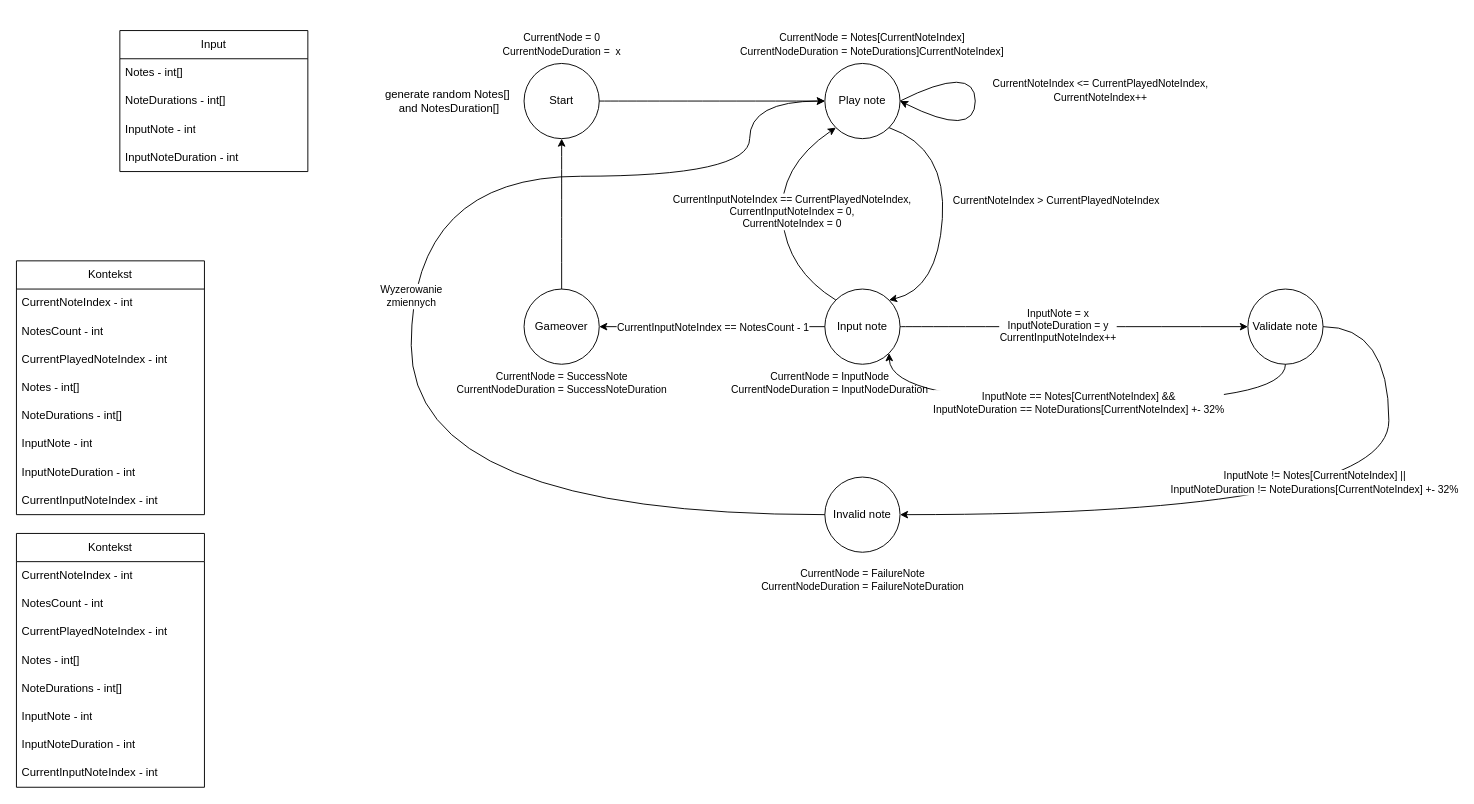
sentiww/xilinx-3e-music-memo keeps this draw.io diagram as state_machine_diagram.drawio. Above is the earlier version. Source tidied: cells renumbered, new cells numbered last; positions are measured from the earlier drawing's top-left corner, leaving out a move shared by most shapes. Both pictures are drawn from the tidied source at 94%, with x=0, y=0 at pixel (16, 25).
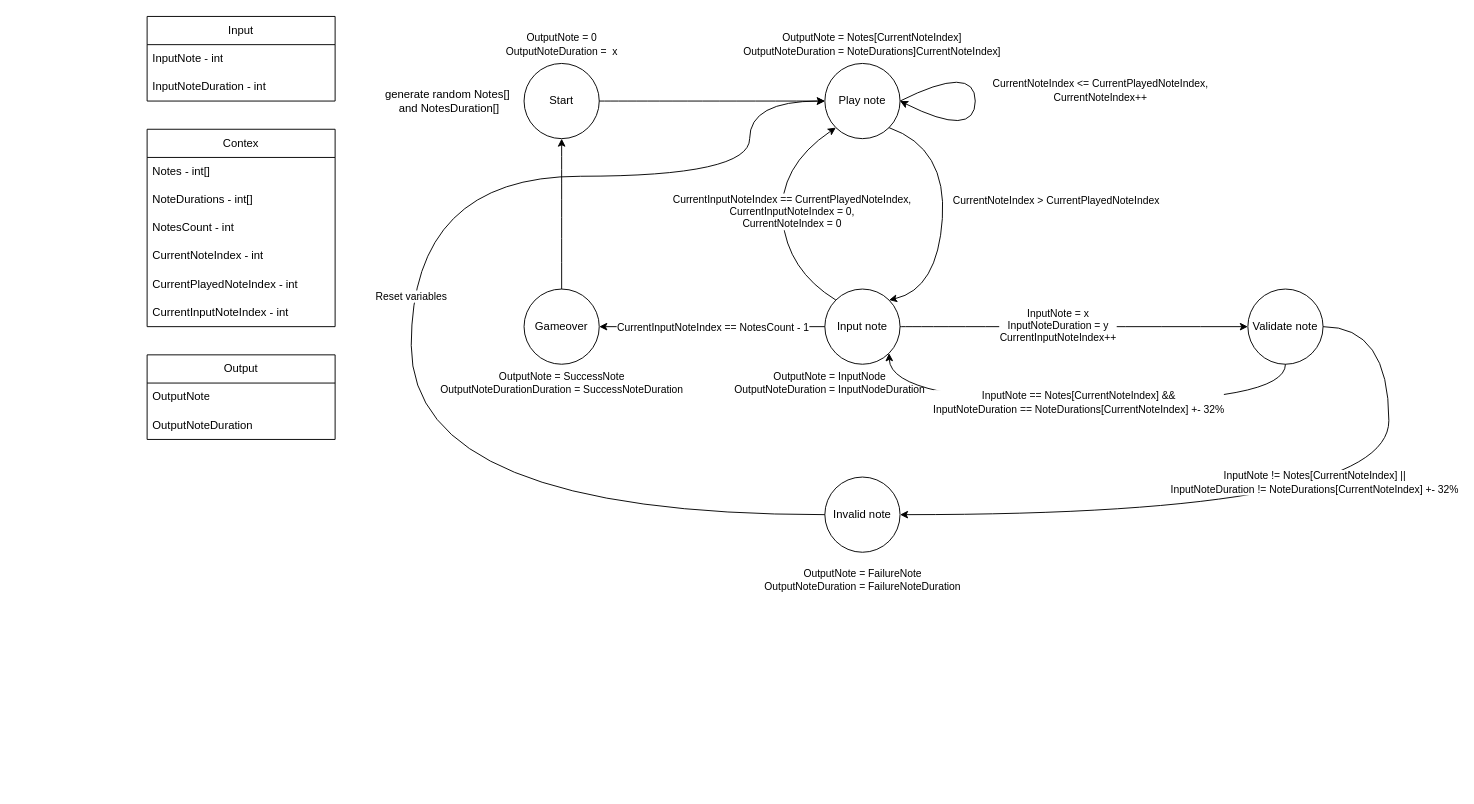
The same diagram, later.

The change refers to these unchanged cells:
```xml
<mxCell id="23" style="curved=1;endArrow=classic;html=1;rounded=0;exitX=0;exitY=0.5;exitDx=0;exitDy=0;entryX=0;entryY=0.5;entryDx=0;entryDy=0;" parent="1" edge="1" source="4" target="2">
  <mxGeometry relative="1" as="geometry">
    <Array as="points">
      <mxPoint x="420" y="520" />
      <mxPoint x="420" y="160" />
      <mxPoint x="780" y="160" />
      <mxPoint x="780" y="80" />
    </Array>
  </mxGeometry>
</mxCell>
```

Change to the diagram source:
```diff
@@
     <mxCell id="5" value="Input" style="swimlane;fontStyle=0;horizontal=1;startSize=30;whiteSpace=wrap;html=1;" parent="1" vertex="1">
-      <mxGeometry x="110" y="5" width="200" height="150" as="geometry" />
+      <mxGeometry x="139" y="-10" width="200" height="90" as="geometry" />
     </mxCell>
-    <mxCell id="6" value="Notes - int[]" style="text;strokeColor=none;fillColor=none;align=left;verticalAlign=middle;spacingLeft=4;spacingRight=4;overflow=hidden;whiteSpace=wrap;html=1;" parent="5" vertex="1">
-      <mxGeometry y="30" width="200" height="30" as="geometry" />
-    </mxCell>
-    <mxCell id="7" value="NoteDurations - int[]" style="text;strokeColor=none;fillColor=none;align=left;verticalAlign=middle;spacingLeft=4;spacingRight=4;overflow=hidden;whiteSpace=wrap;html=1;" parent="5" vertex="1">
-      <mxGeometry y="60" width="200" height="30" as="geometry" />
-    </mxCell>
     <mxCell id="8" value="InputNote - int" style="text;strokeColor=none;fillColor=none;align=left;verticalAlign=middle;spacingLeft=4;spacingRight=4;overflow=hidden;whiteSpace=wrap;html=1;" parent="5" vertex="1">
-      <mxGeometry y="90" width="200" height="30" as="geometry" />
+      <mxGeometry y="30" width="200" height="30" as="geometry" />
     </mxCell>
     <mxCell id="9" value="InputNoteDuration - int" style="text;strokeColor=none;fillColor=none;align=left;verticalAlign=middle;spacingLeft=4;spacingRight=4;overflow=hidden;whiteSpace=wrap;html=1;" parent="5" vertex="1">
-      <mxGeometry y="120" width="200" height="30" as="geometry" />
+      <mxGeometry y="60" width="200" height="30" as="geometry" />
     </mxCell>
@@
-    <mxCell id="24" value="Wyzerowanie &lt;br&gt;zmiennych" style="edgeLabel;html=1;align=center;verticalAlign=middle;" parent="23" vertex="1">
+    <mxCell id="24" value="Reset variables" style="edgeLabel;html=1;align=center;verticalAlign=middle;" parent="23" vertex="1">
       <mxGeometry x="0.02" y="1" relative="1" as="geometry" />
     </mxCell>
-    <mxCell id="25" value="&lt;div style=&quot;font-size: 11px;&quot;&gt;&lt;font style=&quot;font-size: 11px;&quot;&gt;CurrentNode = Notes[CurrentNoteIndex]&lt;/font&gt;&lt;/div&gt;&lt;div style=&quot;font-size: 11px;&quot;&gt;&lt;font style=&quot;font-size: 11px;&quot;&gt;CurrentNodeDuration = NoteDurations]CurrentNoteIndex]&lt;br&gt;&lt;/font&gt;&lt;/div&gt;" style="text;html=1;align=center;verticalAlign=middle;strokeColor=none;fillColor=none;" parent="1" vertex="1">
+    <mxCell id="25" value="&lt;div style=&quot;font-size: 11px;&quot;&gt;&lt;font style=&quot;font-size: 11px;&quot;&gt;OutputNote = Notes[CurrentNoteIndex]&lt;/font&gt;&lt;/div&gt;&lt;div style=&quot;font-size: 11px;&quot;&gt;&lt;font style=&quot;font-size: 11px;&quot;&gt;OutputNoteDuration = NoteDurations]CurrentNoteIndex]&lt;br&gt;&lt;/font&gt;&lt;/div&gt;" style="text;html=1;align=center;verticalAlign=middle;strokeColor=none;fillColor=none;" parent="1" vertex="1">
       <mxGeometry x="760" width="300" height="40" as="geometry" />
     </mxCell>
-    <mxCell id="26" value="&lt;div style=&quot;font-size: 11px;&quot;&gt;&lt;font style=&quot;font-size: 11px;&quot;&gt;CurrentNode = InputNode&lt;/font&gt;&lt;/div&gt;&lt;div style=&quot;font-size: 11px;&quot;&gt;&lt;font style=&quot;font-size: 11px;&quot;&gt;CurrentNodeDuration = InputNodeDuration&lt;br&gt;&lt;/font&gt;&lt;/div&gt;" style="text;html=1;align=center;verticalAlign=middle;strokeColor=none;fillColor=none;" parent="1" vertex="1">
+    <mxCell id="26" value="&lt;div style=&quot;font-size: 11px;&quot;&gt;&lt;font style=&quot;font-size: 11px;&quot;&gt;OutputNote = InputNode&lt;/font&gt;&lt;/div&gt;&lt;div style=&quot;font-size: 11px;&quot;&gt;&lt;font style=&quot;font-size: 11px;&quot;&gt;OutputNoteDuration = InputNodeDuration&lt;br&gt;&lt;/font&gt;&lt;/div&gt;" style="text;html=1;align=center;verticalAlign=middle;strokeColor=none;fillColor=none;" parent="1" vertex="1">
       <mxGeometry x="750" y="360" width="230" height="40" as="geometry" />
     </mxCell>
-    <mxCell id="27" value="&lt;div style=&quot;font-size: 11px;&quot;&gt;&lt;font style=&quot;font-size: 11px;&quot;&gt;CurrentNode = FailureNote&lt;/font&gt;&lt;/div&gt;&lt;div style=&quot;font-size: 11px;&quot;&gt;&lt;font style=&quot;font-size: 11px;&quot;&gt;CurrentNodeDuration = FailureNoteDuration&lt;br&gt;&lt;/font&gt;&lt;/div&gt;" style="text;html=1;align=center;verticalAlign=middle;strokeColor=none;fillColor=none;" parent="1" vertex="1">
-      <mxGeometry x="780" y="570" width="240" height="40" as="geometry" />
+    <mxCell id="27" value="&lt;div style=&quot;font-size: 11px;&quot;&gt;&lt;font style=&quot;font-size: 11px;&quot;&gt;OutputNote = FailureNote&lt;/font&gt;&lt;/div&gt;&lt;div style=&quot;font-size: 11px;&quot;&gt;&lt;font style=&quot;font-size: 11px;&quot;&gt;OutputNoteDuration = FailureNoteDuration&lt;br&gt;&lt;/font&gt;&lt;/div&gt;" style="text;html=1;align=center;verticalAlign=middle;strokeColor=none;fillColor=none;" parent="1" vertex="1">
+      <mxGeometry x="785" y="570" width="230" height="40" as="geometry" />
     </mxCell>
-    <mxCell id="28" value="Kontekst" style="swimlane;fontStyle=0;horizontal=1;startSize=30;whiteSpace=wrap;html=1;" parent="1" vertex="1">
-      <mxGeometry y="250" width="200" height="270" as="geometry" />
+    <mxCell id="28" value="Contex" style="swimlane;fontStyle=0;horizontal=1;startSize=30;whiteSpace=wrap;html=1;" parent="1" vertex="1">
+      <mxGeometry x="139" y="110" width="200" height="210" as="geometry" />
     </mxCell>
-    <mxCell id="29" value="CurrentNoteIndex - int" style="text;strokeColor=none;fillColor=none;align=left;verticalAlign=middle;spacingLeft=4;spacingRight=4;overflow=hidden;whiteSpace=wrap;html=1;" parent="28" vertex="1">
-      <mxGeometry y="30" width="200" height="30" as="geometry" />
-    </mxCell>
-    <mxCell id="30" value="NotesCount - int" style="text;strokeColor=none;fillColor=none;align=left;verticalAlign=middle;spacingLeft=4;spacingRight=4;overflow=hidden;whiteSpace=wrap;html=1;" parent="28" vertex="1">
-      <mxGeometry y="60" width="200" height="30" as="geometry" />
-    </mxCell>
-    <mxCell id="31" value="CurrentPlayedNoteIndex - int" style="text;strokeColor=none;fillColor=none;align=left;verticalAlign=middle;spacingLeft=4;spacingRight=4;overflow=hidden;whiteSpace=wrap;html=1;" parent="28" vertex="1">
-      <mxGeometry y="90" width="200" height="30" as="geometry" />
-    </mxCell>
     <mxCell id="32" value="Notes - int[]" style="text;strokeColor=none;fillColor=none;align=left;verticalAlign=middle;spacingLeft=4;spacingRight=4;overflow=hidden;whiteSpace=wrap;html=1;" parent="28" vertex="1">
-      <mxGeometry y="120" width="200" height="30" as="geometry" />
+      <mxGeometry y="30" width="200" height="30" as="geometry" />
     </mxCell>
     <mxCell id="33" value="NoteDurations - int[]" style="text;strokeColor=none;fillColor=none;align=left;verticalAlign=middle;spacingLeft=4;spacingRight=4;overflow=hidden;whiteSpace=wrap;html=1;" parent="28" vertex="1">
-      <mxGeometry y="150" width="200" height="30" as="geometry" />
+      <mxGeometry y="60" width="200" height="30" as="geometry" />
     </mxCell>
-    <mxCell id="34" value="InputNote - int" style="text;strokeColor=none;fillColor=none;align=left;verticalAlign=middle;spacingLeft=4;spacingRight=4;overflow=hidden;whiteSpace=wrap;html=1;" parent="28" vertex="1">
-      <mxGeometry y="180" width="200" height="30" as="geometry" />
-    </mxCell>
-    <mxCell id="35" value="InputNoteDuration - int" style="text;strokeColor=none;fillColor=none;align=left;verticalAlign=middle;spacingLeft=4;spacingRight=4;overflow=hidden;whiteSpace=wrap;html=1;" parent="28" vertex="1">
-      <mxGeometry y="210" width="200" height="30" as="geometry" />
-    </mxCell>
+    <mxCell id="30" value="NotesCount - int" style="text;strokeColor=none;fillColor=none;align=left;verticalAlign=middle;spacingLeft=4;spacingRight=4;overflow=hidden;whiteSpace=wrap;html=1;" parent="28" vertex="1">
+      <mxGeometry y="90" width="200" height="30" as="geometry" />
+    </mxCell>
+    <mxCell id="29" value="CurrentNoteIndex - int" style="text;strokeColor=none;fillColor=none;align=left;verticalAlign=middle;spacingLeft=4;spacingRight=4;overflow=hidden;whiteSpace=wrap;html=1;" parent="28" vertex="1">
+      <mxGeometry y="120" width="200" height="30" as="geometry" />
+    </mxCell>
+    <mxCell id="31" value="CurrentPlayedNoteIndex - int" style="text;strokeColor=none;fillColor=none;align=left;verticalAlign=middle;spacingLeft=4;spacingRight=4;overflow=hidden;whiteSpace=wrap;html=1;" parent="28" vertex="1">
+      <mxGeometry y="150" width="200" height="30" as="geometry" />
+    </mxCell>
     <mxCell id="36" value="CurrentInputNoteIndex - int" style="text;strokeColor=none;fillColor=none;align=left;verticalAlign=middle;spacingLeft=4;spacingRight=4;overflow=hidden;whiteSpace=wrap;html=1;" parent="28" vertex="1">
-      <mxGeometry y="240" width="200" height="30" as="geometry" />
+      <mxGeometry y="180" width="200" height="30" as="geometry" />
     </mxCell>
-    <mxCell id="37" value="Kontekst" style="swimlane;fontStyle=0;horizontal=1;startSize=30;whiteSpace=wrap;html=1;" parent="1" vertex="1">
-      <mxGeometry y="540" width="200" height="270" as="geometry" />
+    <mxCell id="37" value="Output" style="swimlane;fontStyle=0;horizontal=1;startSize=30;whiteSpace=wrap;html=1;" parent="1" vertex="1">
+      <mxGeometry x="139" y="350" width="200" height="90" as="geometry" />
     </mxCell>
-    <mxCell id="38" value="CurrentNoteIndex - int" style="text;strokeColor=none;fillColor=none;align=left;verticalAlign=middle;spacingLeft=4;spacingRight=4;overflow=hidden;whiteSpace=wrap;html=1;" parent="37" vertex="1">
+    <mxCell id="38" value="OutputNote" style="text;strokeColor=none;fillColor=none;align=left;verticalAlign=middle;spacingLeft=4;spacingRight=4;overflow=hidden;whiteSpace=wrap;html=1;" parent="37" vertex="1">
       <mxGeometry y="30" width="200" height="30" as="geometry" />
     </mxCell>
-    <mxCell id="39" value="NotesCount - int" style="text;strokeColor=none;fillColor=none;align=left;verticalAlign=middle;spacingLeft=4;spacingRight=4;overflow=hidden;whiteSpace=wrap;html=1;" parent="37" vertex="1">
+    <mxCell id="39" value="OutputNoteDuration" style="text;strokeColor=none;fillColor=none;align=left;verticalAlign=middle;spacingLeft=4;spacingRight=4;overflow=hidden;whiteSpace=wrap;html=1;" parent="37" vertex="1">
       <mxGeometry y="60" width="200" height="30" as="geometry" />
     </mxCell>
-    <mxCell id="40" value="CurrentPlayedNoteIndex - int" style="text;strokeColor=none;fillColor=none;align=left;verticalAlign=middle;spacingLeft=4;spacingRight=4;overflow=hidden;whiteSpace=wrap;html=1;" parent="37" vertex="1">
-      <mxGeometry y="90" width="200" height="30" as="geometry" />
-    </mxCell>
-    <mxCell id="41" value="Notes - int[]" style="text;strokeColor=none;fillColor=none;align=left;verticalAlign=middle;spacingLeft=4;spacingRight=4;overflow=hidden;whiteSpace=wrap;html=1;" parent="37" vertex="1">
-      <mxGeometry y="120" width="200" height="30" as="geometry" />
-    </mxCell>
-    <mxCell id="42" value="NoteDurations - int[]" style="text;strokeColor=none;fillColor=none;align=left;verticalAlign=middle;spacingLeft=4;spacingRight=4;overflow=hidden;whiteSpace=wrap;html=1;" parent="37" vertex="1">
-      <mxGeometry y="150" width="200" height="30" as="geometry" />
-    </mxCell>
-    <mxCell id="43" value="InputNote - int" style="text;strokeColor=none;fillColor=none;align=left;verticalAlign=middle;spacingLeft=4;spacingRight=4;overflow=hidden;whiteSpace=wrap;html=1;" parent="37" vertex="1">
-      <mxGeometry y="180" width="200" height="30" as="geometry" />
-    </mxCell>
-    <mxCell id="44" value="InputNoteDuration - int" style="text;strokeColor=none;fillColor=none;align=left;verticalAlign=middle;spacingLeft=4;spacingRight=4;overflow=hidden;whiteSpace=wrap;html=1;" parent="37" vertex="1">
-      <mxGeometry y="210" width="200" height="30" as="geometry" />
-    </mxCell>
-    <mxCell id="45" value="CurrentInputNoteIndex - int" style="text;strokeColor=none;fillColor=none;align=left;verticalAlign=middle;spacingLeft=4;spacingRight=4;overflow=hidden;whiteSpace=wrap;html=1;" parent="37" vertex="1">
-      <mxGeometry y="240" width="200" height="30" as="geometry" />
-    </mxCell>
@@
-    <mxCell id="52" value="&lt;div style=&quot;font-size: 11px;&quot;&gt;&lt;font style=&quot;font-size: 11px;&quot;&gt;CurrentNode = 0&lt;/font&gt;&lt;/div&gt;&lt;div style=&quot;font-size: 11px;&quot;&gt;&lt;font style=&quot;font-size: 11px;&quot;&gt;CurrentNodeDuration =&amp;nbsp; x&lt;br&gt;&lt;/font&gt;&lt;/div&gt;" style="text;html=1;align=center;verticalAlign=middle;strokeColor=none;fillColor=none;" parent="1" vertex="1">
-      <mxGeometry x="505" width="150" height="40" as="geometry" />
+    <mxCell id="52" value="&lt;div style=&quot;font-size: 11px;&quot;&gt;&lt;font style=&quot;font-size: 11px;&quot;&gt;OutputNote = 0&lt;/font&gt;&lt;/div&gt;&lt;div style=&quot;font-size: 11px;&quot;&gt;&lt;font style=&quot;font-size: 11px;&quot;&gt;OutputNoteDuration =&amp;nbsp; x&lt;br&gt;&lt;/font&gt;&lt;/div&gt;" style="text;html=1;align=center;verticalAlign=middle;strokeColor=none;fillColor=none;" parent="1" vertex="1">
+      <mxGeometry x="510" width="140" height="40" as="geometry" />
     </mxCell>
-    <mxCell id="53" value="&lt;div style=&quot;font-size: 11px;&quot;&gt;&lt;font style=&quot;font-size: 11px;&quot;&gt;CurrentNode = SuccessNote&lt;br&gt;&lt;/font&gt;&lt;/div&gt;&lt;div style=&quot;font-size: 11px;&quot;&gt;&lt;font style=&quot;font-size: 11px;&quot;&gt;CurrentNodeDuration = SuccessNoteDuration&lt;br&gt;&lt;/font&gt;&lt;/div&gt;" style="text;html=1;align=center;verticalAlign=middle;strokeColor=none;fillColor=none;" parent="1" vertex="1">
-      <mxGeometry x="455" y="360" width="250" height="40" as="geometry" />
+    <mxCell id="53" value="&lt;div style=&quot;font-size: 11px;&quot;&gt;&lt;font style=&quot;font-size: 11px;&quot;&gt;OutputNote = SuccessNote&lt;br&gt;&lt;/font&gt;&lt;/div&gt;&lt;div style=&quot;font-size: 11px;&quot;&gt;&lt;font style=&quot;font-size: 11px;&quot;&gt;OutputNoteDurationDuration = SuccessNoteDuration&lt;br&gt;&lt;/font&gt;&lt;/div&gt;" style="text;html=1;align=center;verticalAlign=middle;strokeColor=none;fillColor=none;" parent="1" vertex="1">
+      <mxGeometry x="440" y="360" width="280" height="40" as="geometry" />
     </mxCell>
```
